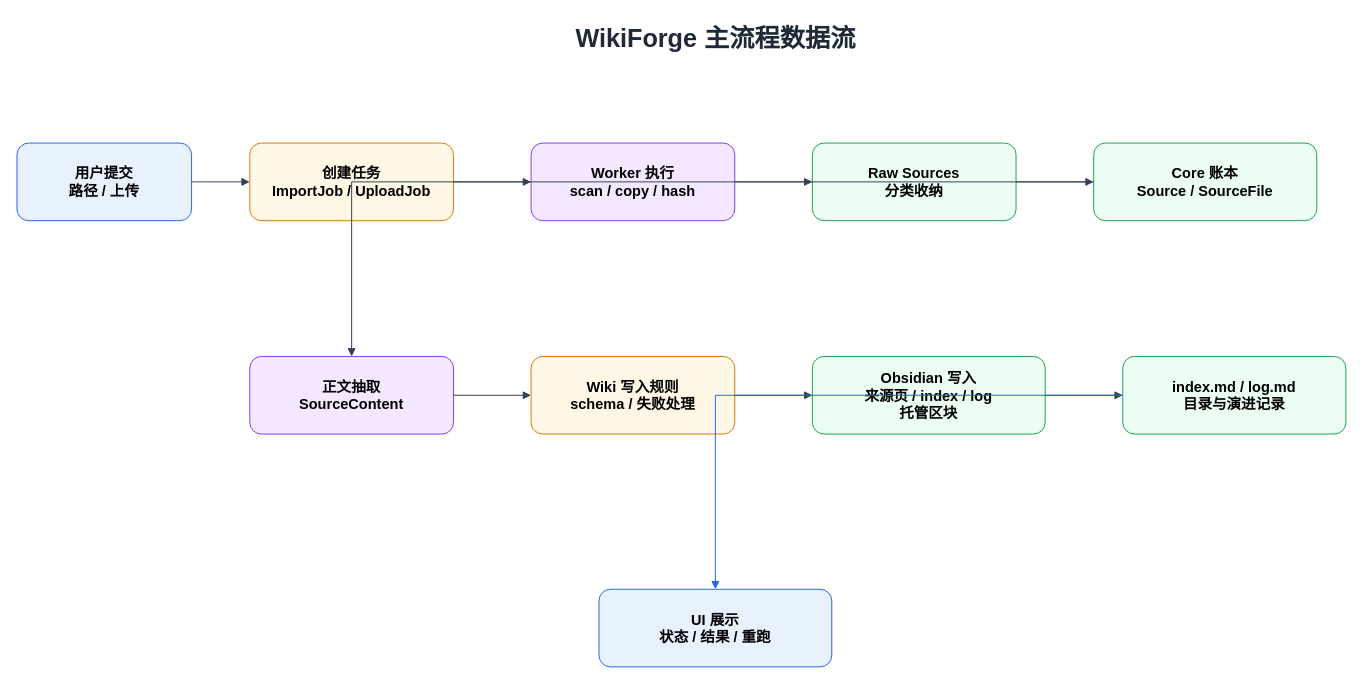
BonusWang/WikiForge keeps this draw.io diagram as page "数据流图" (3 of 4) of docs/rebuild/2026-05-24-mvp0-baseline/diagrams/2026-05-24-WikiForge-four-layer-architecture.drawio. Above is the earlier version. Source tidied: cells renumbered, new cells numbered last; positions are measured from the earlier drawing's top-left corner, leaving out a move shared by most shapes. Both pictures are drawn from the tidied source at 97%, with x=0, y=0 at pixel (16, 16).
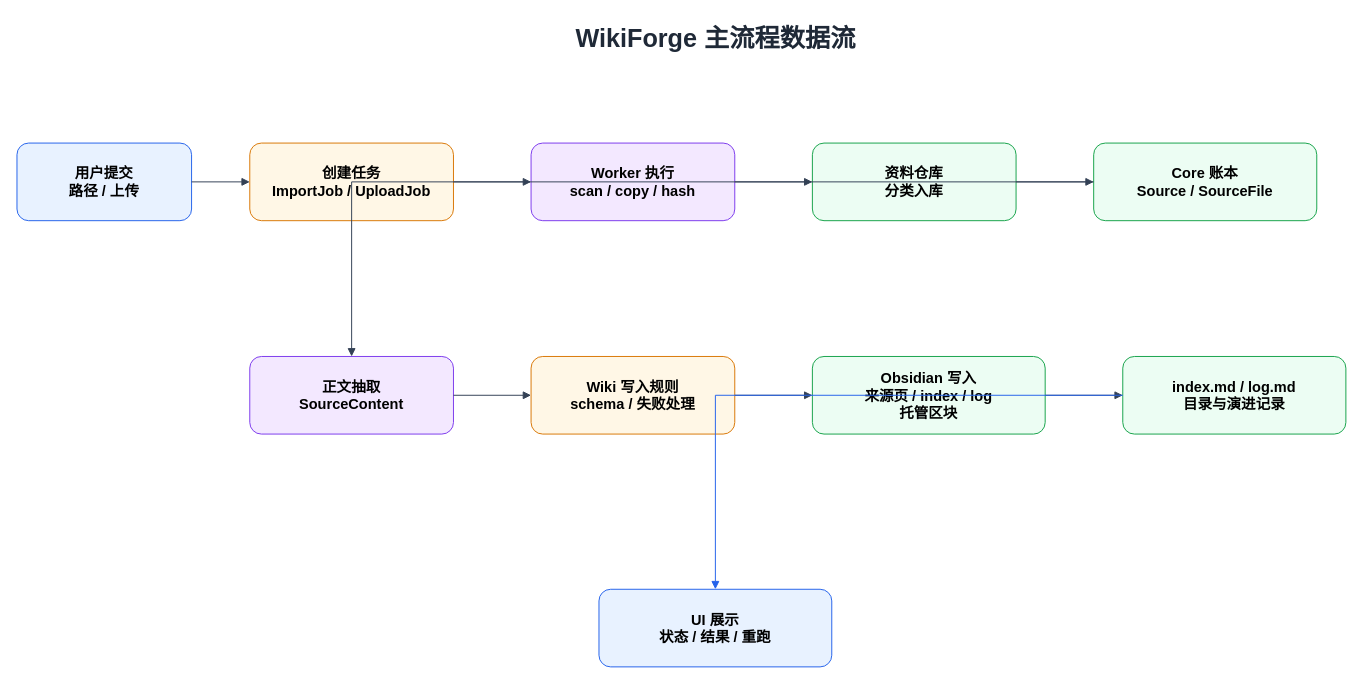
After the change.

What changed in the source:
```diff
@@
-    <mxCell id="6" value="Raw Sources&#10;分类收纳" style="rounded=1;whiteSpace=wrap;html=1;fillColor=#ECFDF3;strokeColor=#16A34A;fontSize=15;fontStyle=1;" parent="1" vertex="1">
+    <mxCell id="6" value="资料仓库&#10;分类入库" style="rounded=1;whiteSpace=wrap;html=1;fillColor=#ECFDF3;strokeColor=#16A34A;fontSize=15;fontStyle=1;" parent="1" vertex="1">
       <mxGeometry x="820" y="130" width="210" height="80" as="geometry" />
     </mxCell>
```
